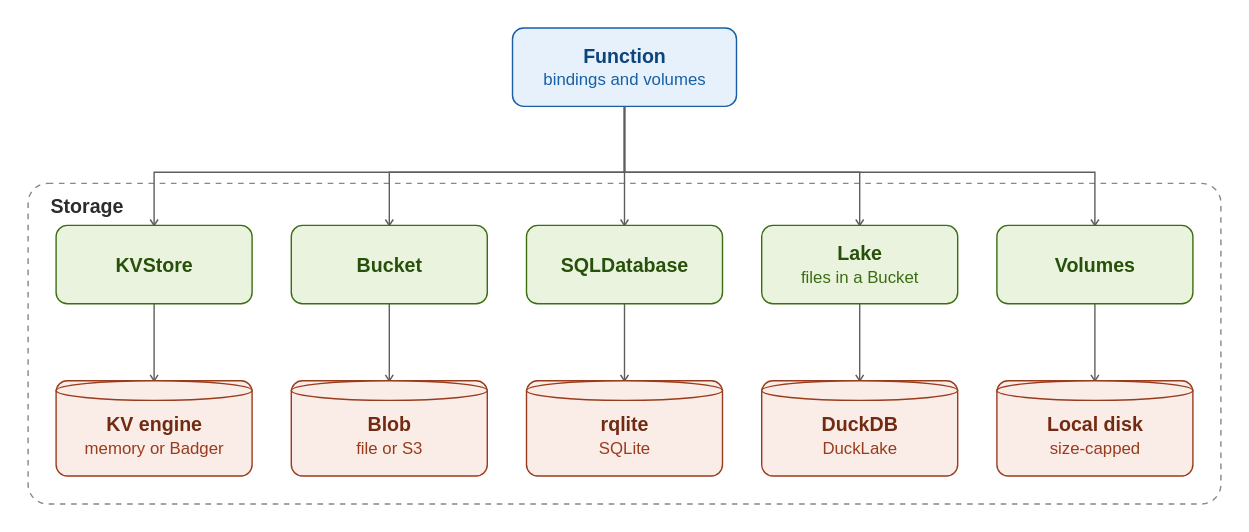
pyvvo/funcd keeps this draw.io diagram as docs/guide/assets/function-bindings.drawio.svg. Above is the earlier version. Source tidied: cells renumbered, new cells last; positions are measured from the earlier drawing's top-left corner, leaving out a move shared by most shapes.
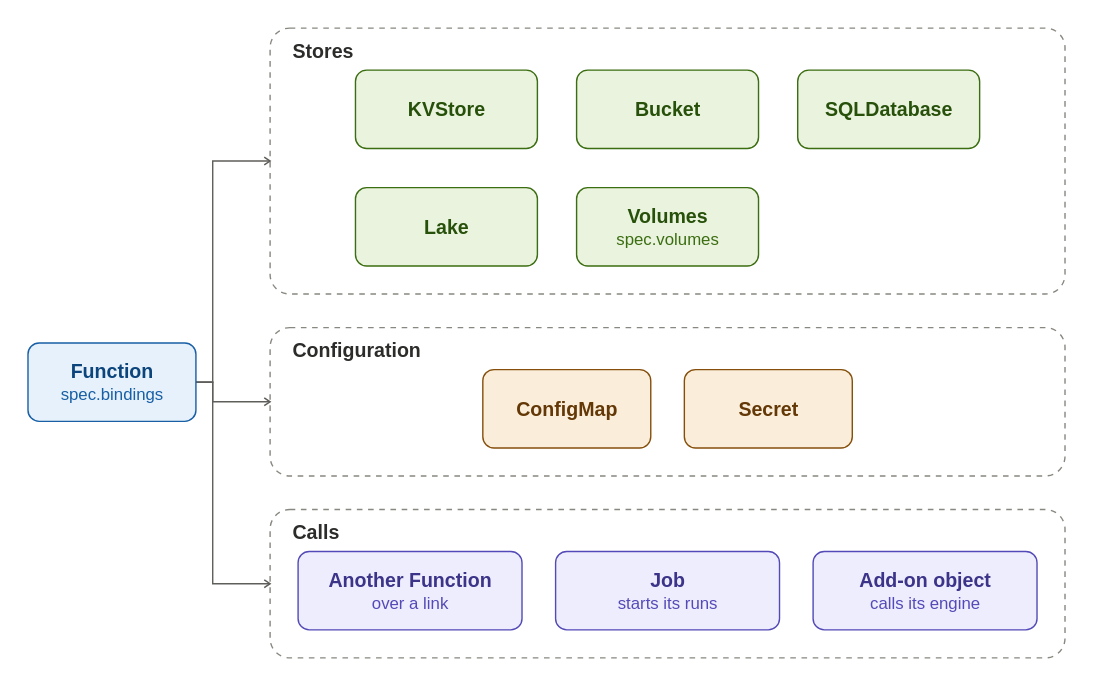
The same diagram one commit later.

Change to the diagram source:
```diff
@@ -2,91 +2,71 @@
   <root>
     <mxCell id="0" />
     <mxCell id="1" parent="0" />
-    <mxCell id="2" value="&lt;b&gt;Function&lt;/b&gt;&lt;br&gt;&lt;font style=&quot;font-size:12px&quot; color=&quot;#185FA5&quot;&gt;bindings and volumes&lt;/font&gt;" style="rounded=1;absoluteArcSize=1;arcSize=16;whiteSpace=wrap;html=1;fillColor=#E6F1FB;strokeColor=#185FA5;fontColor=#0C447C;fontSize=14;" parent="1" vertex="1">
-      <mxGeometry x="346" width="160" height="56" as="geometry" />
+    <mxCell id="2" value="&lt;b&gt;Function&lt;/b&gt;&lt;br&gt;&lt;font style=&quot;font-size:12px&quot; color=&quot;#185FA5&quot;&gt;spec.bindings&lt;/font&gt;" style="rounded=1;absoluteArcSize=1;arcSize=16;whiteSpace=wrap;html=1;fillColor=#E6F1FB;strokeColor=#185FA5;fontColor=#0C447C;fontSize=14;" parent="1" vertex="1">
+      <mxGeometry y="225" width="120" height="56" as="geometry" />
     </mxCell>
-    <mxCell id="3" value="Storage" style="rounded=1;absoluteArcSize=1;arcSize=28;dashed=1;fillColor=none;strokeColor=#888780;fontStyle=1;fontSize=14;fontColor=#2C2C2A;align=left;verticalAlign=top;spacingLeft=10;spacingTop=2;html=1;" parent="1" vertex="1">
-      <mxGeometry y="111" width="852" height="229" as="geometry" />
+    <mxCell id="3" value="Stores" style="rounded=1;absoluteArcSize=1;arcSize=28;dashed=1;fillColor=none;strokeColor=#888780;fontStyle=1;fontSize=14;fontColor=#2C2C2A;align=left;verticalAlign=top;spacingLeft=10;spacingTop=2;html=1;" parent="1" vertex="1">
+      <mxGeometry x="173" width="568" height="190" as="geometry" />
     </mxCell>
     <mxCell id="4" value="&lt;b&gt;KVStore&lt;/b&gt;" style="rounded=1;absoluteArcSize=1;arcSize=16;whiteSpace=wrap;html=1;fillColor=#EAF3DE;strokeColor=#3B6D11;fontColor=#27500A;fontSize=14;" parent="3" vertex="1">
-      <mxGeometry x="20" y="30" width="140" height="56" as="geometry" />
+      <mxGeometry x="61" y="30" width="130" height="56" as="geometry" />
     </mxCell>
     <mxCell id="5" value="&lt;b&gt;Bucket&lt;/b&gt;" style="rounded=1;absoluteArcSize=1;arcSize=16;whiteSpace=wrap;html=1;fillColor=#EAF3DE;strokeColor=#3B6D11;fontColor=#27500A;fontSize=14;" parent="3" vertex="1">
-      <mxGeometry x="188" y="30" width="140" height="56" as="geometry" />
+      <mxGeometry x="219" y="30" width="130" height="56" as="geometry" />
     </mxCell>
     <mxCell id="6" value="&lt;b&gt;SQLDatabase&lt;/b&gt;" style="rounded=1;absoluteArcSize=1;arcSize=16;whiteSpace=wrap;html=1;fillColor=#EAF3DE;strokeColor=#3B6D11;fontColor=#27500A;fontSize=14;" parent="3" vertex="1">
-      <mxGeometry x="356" y="30" width="140" height="56" as="geometry" />
+      <mxGeometry x="377" y="30" width="130" height="56" as="geometry" />
     </mxCell>
-    <mxCell id="7" value="&lt;b&gt;Lake&lt;/b&gt;&lt;br&gt;&lt;font style=&quot;font-size:12px&quot; color=&quot;#3B6D11&quot;&gt;files in a Bucket&lt;/font&gt;" style="rounded=1;absoluteArcSize=1;arcSize=16;whiteSpace=wrap;html=1;fillColor=#EAF3DE;strokeColor=#3B6D11;fontColor=#27500A;fontSize=14;" parent="3" vertex="1">
-      <mxGeometry x="524" y="30" width="140" height="56" as="geometry" />
+    <mxCell id="7" value="&lt;b&gt;Lake&lt;/b&gt;" style="rounded=1;absoluteArcSize=1;arcSize=16;whiteSpace=wrap;html=1;fillColor=#EAF3DE;strokeColor=#3B6D11;fontColor=#27500A;fontSize=14;" parent="3" vertex="1">
+      <mxGeometry x="61" y="114" width="130" height="56" as="geometry" />
     </mxCell>
-    <mxCell id="8" value="&lt;b&gt;Volumes&lt;/b&gt;" style="rounded=1;absoluteArcSize=1;arcSize=16;whiteSpace=wrap;html=1;fillColor=#EAF3DE;strokeColor=#3B6D11;fontColor=#27500A;fontSize=14;" parent="3" vertex="1">
-      <mxGeometry x="692" y="30" width="140" height="56" as="geometry" />
+    <mxCell id="8" value="&lt;b&gt;Volumes&lt;/b&gt;&lt;br&gt;&lt;font style=&quot;font-size:12px&quot; color=&quot;#3B6D11&quot;&gt;spec.volumes&lt;/font&gt;" style="rounded=1;absoluteArcSize=1;arcSize=16;whiteSpace=wrap;html=1;fillColor=#EAF3DE;strokeColor=#3B6D11;fontColor=#27500A;fontSize=14;" parent="3" vertex="1">
+      <mxGeometry x="219" y="114" width="130" height="56" as="geometry" />
     </mxCell>
-    <mxCell id="9" value="&lt;b&gt;KV engine&lt;/b&gt;&lt;br&gt;&lt;font style=&quot;font-size:12px&quot; color=&quot;#993C1D&quot;&gt;memory or Badger&lt;/font&gt;" style="shape=cylinder3;boundedLbl=1;size=8;whiteSpace=wrap;html=1;fillColor=#FAECE7;strokeColor=#993C1D;fontColor=#712B13;fontSize=14;" parent="3" vertex="1">
-      <mxGeometry x="20" y="141" width="140" height="68" as="geometry" />
+    <mxCell id="9" value="Configuration" style="rounded=1;absoluteArcSize=1;arcSize=28;dashed=1;fillColor=none;strokeColor=#888780;fontStyle=1;fontSize=14;fontColor=#2C2C2A;align=left;verticalAlign=top;spacingLeft=10;spacingTop=2;html=1;" parent="1" vertex="1">
+      <mxGeometry x="173" y="214" width="568" height="106" as="geometry" />
     </mxCell>
-    <mxCell id="10" value="&lt;b&gt;Blob&lt;/b&gt;&lt;br&gt;&lt;font style=&quot;font-size:12px&quot; color=&quot;#993C1D&quot;&gt;file or S3&lt;/font&gt;" style="shape=cylinder3;boundedLbl=1;size=8;whiteSpace=wrap;html=1;fillColor=#FAECE7;strokeColor=#993C1D;fontColor=#712B13;fontSize=14;" parent="3" vertex="1">
-      <mxGeometry x="188" y="141" width="140" height="68" as="geometry" />
+    <mxCell id="10" value="&lt;b&gt;ConfigMap&lt;/b&gt;" style="rounded=1;absoluteArcSize=1;arcSize=16;whiteSpace=wrap;html=1;fillColor=#FAEEDA;strokeColor=#854F0B;fontColor=#633806;fontSize=14;" parent="9" vertex="1">
+      <mxGeometry x="152" y="30" width="120" height="56" as="geometry" />
     </mxCell>
-    <mxCell id="11" value="&lt;b&gt;rqlite&lt;/b&gt;&lt;br&gt;&lt;font style=&quot;font-size:12px&quot; color=&quot;#993C1D&quot;&gt;SQLite&lt;/font&gt;" style="shape=cylinder3;boundedLbl=1;size=8;whiteSpace=wrap;html=1;fillColor=#FAECE7;strokeColor=#993C1D;fontColor=#712B13;fontSize=14;" parent="3" vertex="1">
-      <mxGeometry x="356" y="141" width="140" height="68" as="geometry" />
+    <mxCell id="11" value="&lt;b&gt;Secret&lt;/b&gt;" style="rounded=1;absoluteArcSize=1;arcSize=16;whiteSpace=wrap;html=1;fillColor=#FAEEDA;strokeColor=#854F0B;fontColor=#633806;fontSize=14;" parent="9" vertex="1">
+      <mxGeometry x="296" y="30" width="120" height="56" as="geometry" />
     </mxCell>
-    <mxCell id="12" value="&lt;b&gt;DuckDB&lt;/b&gt;&lt;br&gt;&lt;font style=&quot;font-size:12px&quot; color=&quot;#993C1D&quot;&gt;DuckLake&lt;/font&gt;" style="shape=cylinder3;boundedLbl=1;size=8;whiteSpace=wrap;html=1;fillColor=#FAECE7;strokeColor=#993C1D;fontColor=#712B13;fontSize=14;" parent="3" vertex="1">
-      <mxGeometry x="524" y="141" width="140" height="68" as="geometry" />
+    <mxCell id="12" value="Calls" style="rounded=1;absoluteArcSize=1;arcSize=28;dashed=1;fillColor=none;strokeColor=#888780;fontStyle=1;fontSize=14;fontColor=#2C2C2A;align=left;verticalAlign=top;spacingLeft=10;spacingTop=2;html=1;" parent="1" vertex="1">
+      <mxGeometry x="173" y="344" width="568" height="106" as="geometry" />
     </mxCell>
-    <mxCell id="13" value="&lt;b&gt;Local disk&lt;/b&gt;&lt;br&gt;&lt;font style=&quot;font-size:12px&quot; color=&quot;#993C1D&quot;&gt;size-capped&lt;/font&gt;" style="shape=cylinder3;boundedLbl=1;size=8;whiteSpace=wrap;html=1;fillColor=#FAECE7;strokeColor=#993C1D;fontColor=#712B13;fontSize=14;" parent="3" vertex="1">
-      <mxGeometry x="692" y="141" width="140" height="68" as="geometry" />
+    <mxCell id="13" value="&lt;b&gt;Another Function&lt;/b&gt;&lt;br&gt;&lt;font style=&quot;font-size:12px&quot; color=&quot;#534AB7&quot;&gt;over a link&lt;/font&gt;" style="rounded=1;absoluteArcSize=1;arcSize=16;whiteSpace=wrap;html=1;fillColor=#EEEDFE;strokeColor=#534AB7;fontColor=#3C3489;fontSize=14;" parent="12" vertex="1">
+      <mxGeometry x="20" y="30" width="160" height="56" as="geometry" />
     </mxCell>
+    <mxCell id="24" value="&lt;b&gt;Job&lt;/b&gt;&lt;br&gt;&lt;font style=&quot;font-size:12px&quot; color=&quot;#534AB7&quot;&gt;starts its runs&lt;/font&gt;" style="rounded=1;absoluteArcSize=1;arcSize=16;whiteSpace=wrap;html=1;fillColor=#EEEDFE;strokeColor=#534AB7;fontColor=#3C3489;fontSize=14;" parent="12" vertex="1">
+      <mxGeometry x="204" y="30" width="160" height="56" as="geometry" />
+    </mxCell>
+    <mxCell id="25" value="&lt;b&gt;Add-on object&lt;/b&gt;&lt;br&gt;&lt;font style=&quot;font-size:12px&quot; color=&quot;#534AB7&quot;&gt;calls its engine&lt;/font&gt;" style="rounded=1;absoluteArcSize=1;arcSize=16;whiteSpace=wrap;html=1;fillColor=#EEEDFE;strokeColor=#534AB7;fontColor=#3C3489;fontSize=14;" parent="12" vertex="1">
+      <mxGeometry x="388" y="30" width="160" height="56" as="geometry" />
+    </mxCell>
-    <mxCell id="14" style="edgeStyle=orthogonalEdgeStyle;rounded=0;html=1;jettySize=auto;strokeColor=#5F5E5A;fontColor=#5F5E5A;fontSize=12;labelBackgroundColor=#FFFFFF;endSize=7;endArrow=open;endFill=0;exitX=0.5;exitY=1;exitDx=0;exitDy=0;exitPerimeter=0;entryX=0.5;entryY=0;entryDx=0;entryDy=0;entryPerimeter=0;" parent="1" edge="1" source="2" target="4">
+    <mxCell id="14" style="edgeStyle=orthogonalEdgeStyle;rounded=0;html=1;jettySize=auto;strokeColor=#5F5E5A;fontColor=#5F5E5A;fontSize=12;labelBackgroundColor=#FFFFFF;endSize=7;endArrow=open;endFill=0;exitX=1;exitY=0.5;exitDx=0;exitDy=0;exitPerimeter=0;entryX=0;entryY=0.5;entryDx=0;entryDy=0;entryPerimeter=0;" parent="1" edge="1" source="2" target="3">
       <mxGeometry relative="1" as="geometry">
         <Array as="points">
-          <mxPoint x="426" y="103" />
-          <mxPoint x="90" y="103" />
+          <mxPoint x="132" y="253" />
+          <mxPoint x="132" y="95" />
         </Array>
       </mxGeometry>
     </mxCell>
-    <mxCell id="15" style="edgeStyle=orthogonalEdgeStyle;rounded=0;html=1;jettySize=auto;strokeColor=#5F5E5A;fontColor=#5F5E5A;fontSize=12;labelBackgroundColor=#FFFFFF;endSize=7;endArrow=open;endFill=0;exitX=0.5;exitY=1;exitDx=0;exitDy=0;exitPerimeter=0;entryX=0.5;entryY=0;entryDx=0;entryDy=0;entryPerimeter=0;" parent="1" edge="1" source="2" target="5">
+    <mxCell id="15" style="edgeStyle=orthogonalEdgeStyle;rounded=0;html=1;jettySize=auto;strokeColor=#5F5E5A;fontColor=#5F5E5A;fontSize=12;labelBackgroundColor=#FFFFFF;endSize=7;endArrow=open;endFill=0;exitX=1;exitY=0.5;exitDx=0;exitDy=0;exitPerimeter=0;entryX=0;entryY=0.5;entryDx=0;entryDy=0;entryPerimeter=0;" parent="1" edge="1" source="2" target="9">
       <mxGeometry relative="1" as="geometry">
         <Array as="points">
-          <mxPoint x="426" y="103" />
-          <mxPoint x="258" y="103" />
+          <mxPoint x="132" y="253" />
+          <mxPoint x="132" y="267" />
         </Array>
       </mxGeometry>
     </mxCell>
-    <mxCell id="16" style="edgeStyle=orthogonalEdgeStyle;rounded=0;html=1;jettySize=auto;strokeColor=#5F5E5A;fontColor=#5F5E5A;fontSize=12;labelBackgroundColor=#FFFFFF;endSize=7;endArrow=open;endFill=0;exitX=0.5;exitY=1;exitDx=0;exitDy=0;exitPerimeter=0;entryX=0.5;entryY=0;entryDx=0;entryDy=0;entryPerimeter=0;" parent="1" edge="1" source="2" target="6">
-      <mxGeometry relative="1" as="geometry" />
+    <mxCell id="16" style="edgeStyle=orthogonalEdgeStyle;rounded=0;html=1;jettySize=auto;strokeColor=#5F5E5A;fontColor=#5F5E5A;fontSize=12;labelBackgroundColor=#FFFFFF;endSize=7;endArrow=open;endFill=0;exitX=1;exitY=0.5;exitDx=0;exitDy=0;exitPerimeter=0;entryX=0;entryY=0.5;entryDx=0;entryDy=0;entryPerimeter=0;" parent="1" edge="1" source="2" target="12">
+      <mxGeometry relative="1" as="geometry">
+        <Array as="points">
+          <mxPoint x="132" y="253" />
+          <mxPoint x="132" y="397" />
+        </Array>
+      </mxGeometry>
     </mxCell>
-    <mxCell id="17" style="edgeStyle=orthogonalEdgeStyle;rounded=0;html=1;jettySize=auto;strokeColor=#5F5E5A;fontColor=#5F5E5A;fontSize=12;labelBackgroundColor=#FFFFFF;endSize=7;endArrow=open;endFill=0;exitX=0.5;exitY=1;exitDx=0;exitDy=0;exitPerimeter=0;entryX=0.5;entryY=0;entryDx=0;entryDy=0;entryPerimeter=0;" parent="1" edge="1" source="2" target="7">
-      <mxGeometry relative="1" as="geometry">
-        <Array as="points">
-          <mxPoint x="426" y="103" />
-          <mxPoint x="594" y="103" />
-        </Array>
-      </mxGeometry>
-    </mxCell>
-    <mxCell id="18" style="edgeStyle=orthogonalEdgeStyle;rounded=0;html=1;jettySize=auto;strokeColor=#5F5E5A;fontColor=#5F5E5A;fontSize=12;labelBackgroundColor=#FFFFFF;endSize=7;endArrow=open;endFill=0;exitX=0.5;exitY=1;exitDx=0;exitDy=0;exitPerimeter=0;entryX=0.5;entryY=0;entryDx=0;entryDy=0;entryPerimeter=0;" parent="1" edge="1" source="2" target="8">
-      <mxGeometry relative="1" as="geometry">
-        <Array as="points">
-          <mxPoint x="426" y="103" />
-          <mxPoint x="762" y="103" />
-        </Array>
-      </mxGeometry>
-    </mxCell>
-    <mxCell id="19" style="edgeStyle=orthogonalEdgeStyle;rounded=0;html=1;jettySize=auto;strokeColor=#5F5E5A;fontColor=#5F5E5A;fontSize=12;labelBackgroundColor=#FFFFFF;endSize=7;endArrow=open;endFill=0;exitX=0.5;exitY=1;exitDx=0;exitDy=0;exitPerimeter=0;entryX=0.5;entryY=0;entryDx=0;entryDy=0;entryPerimeter=0;" parent="1" edge="1" source="4" target="9">
-      <mxGeometry relative="1" as="geometry" />
-    </mxCell>
-    <mxCell id="20" style="edgeStyle=orthogonalEdgeStyle;rounded=0;html=1;jettySize=auto;strokeColor=#5F5E5A;fontColor=#5F5E5A;fontSize=12;labelBackgroundColor=#FFFFFF;endSize=7;endArrow=open;endFill=0;exitX=0.5;exitY=1;exitDx=0;exitDy=0;exitPerimeter=0;entryX=0.5;entryY=0;entryDx=0;entryDy=0;entryPerimeter=0;" parent="1" edge="1" source="5" target="10">
-      <mxGeometry relative="1" as="geometry" />
-    </mxCell>
-    <mxCell id="21" style="edgeStyle=orthogonalEdgeStyle;rounded=0;html=1;jettySize=auto;strokeColor=#5F5E5A;fontColor=#5F5E5A;fontSize=12;labelBackgroundColor=#FFFFFF;endSize=7;endArrow=open;endFill=0;exitX=0.5;exitY=1;exitDx=0;exitDy=0;exitPerimeter=0;entryX=0.5;entryY=0;entryDx=0;entryDy=0;entryPerimeter=0;" parent="1" edge="1" source="6" target="11">
-      <mxGeometry relative="1" as="geometry" />
-    </mxCell>
-    <mxCell id="22" style="edgeStyle=orthogonalEdgeStyle;rounded=0;html=1;jettySize=auto;strokeColor=#5F5E5A;fontColor=#5F5E5A;fontSize=12;labelBackgroundColor=#FFFFFF;endSize=7;endArrow=open;endFill=0;exitX=0.5;exitY=1;exitDx=0;exitDy=0;exitPerimeter=0;entryX=0.5;entryY=0;entryDx=0;entryDy=0;entryPerimeter=0;" parent="1" edge="1" source="7" target="12">
-      <mxGeometry relative="1" as="geometry" />
-    </mxCell>
-    <mxCell id="23" style="edgeStyle=orthogonalEdgeStyle;rounded=0;html=1;jettySize=auto;strokeColor=#5F5E5A;fontColor=#5F5E5A;fontSize=12;labelBackgroundColor=#FFFFFF;endSize=7;endArrow=open;endFill=0;exitX=0.5;exitY=1;exitDx=0;exitDy=0;exitPerimeter=0;entryX=0.5;entryY=0;entryDx=0;entryDy=0;entryPerimeter=0;" parent="1" edge="1" source="8" target="13">
-      <mxGeometry relative="1" as="geometry" />
-    </mxCell>
   </root>
 </mxGraphModel>
```
